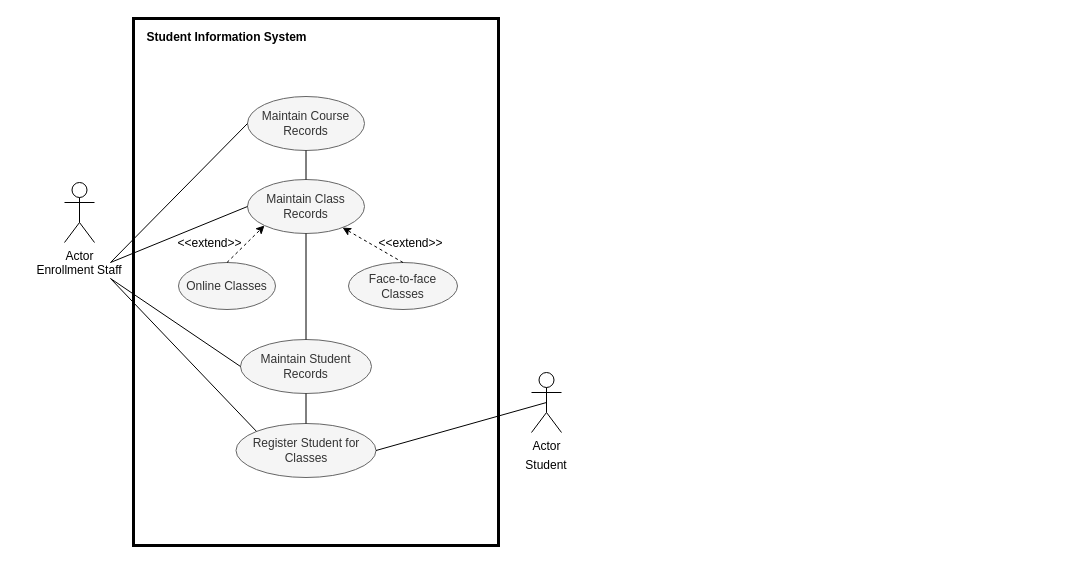
The draw.io diagram Untitled Diagram.drawio in kincaidtk901/Workspace, before the edit. Source tidied: cells renumbered, new cells numbered last; positions are measured from the earlier drawing's top-left corner, leaving out a move shared by most shapes. Both pictures are drawn from the tidied source at 100%, with x=0, y=0 at pixel (17, 18).
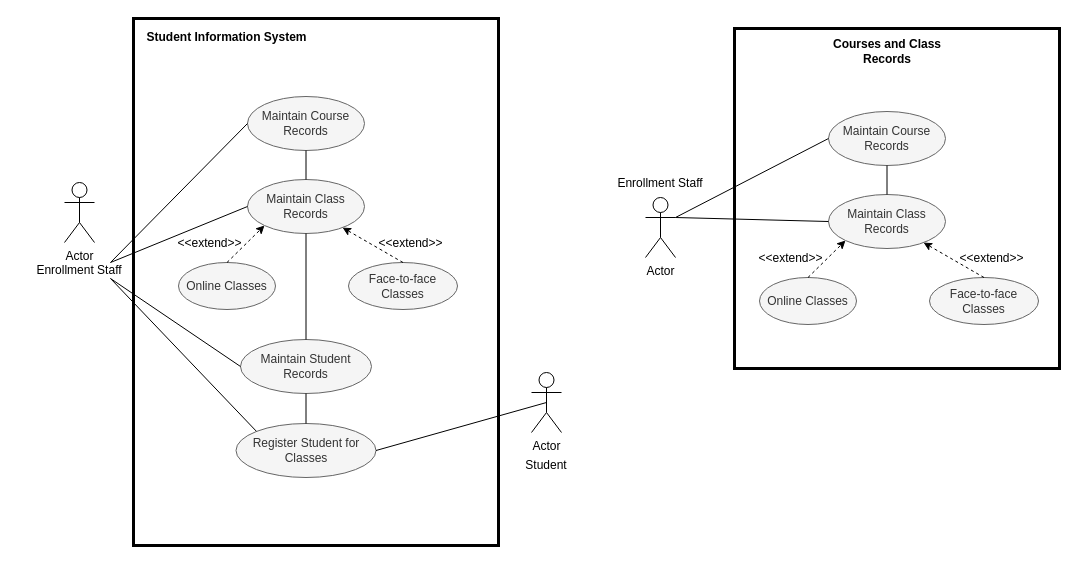
The same diagram, later.

The edit, as a diff of the source:
```diff
@@
+    <mxCell id="26" value="Actor" style="shape=umlActor;verticalLabelPosition=bottom;verticalAlign=top;html=1;outlineConnect=0;fillColor=none;" parent="1" vertex="1">
+      <mxGeometry x="628" y="179" width="30" height="60" as="geometry" />
+    </mxCell>
+    <mxCell id="27" value="Maintain Course Records" style="ellipse;whiteSpace=wrap;html=1;fillColor=#f5f5f5;strokeColor=#666666;fontColor=#333333;" parent="1" vertex="1">
+      <mxGeometry x="811" y="93" width="117" height="54" as="geometry" />
+    </mxCell>
+    <mxCell id="28" value="Maintain Class Records" style="ellipse;whiteSpace=wrap;html=1;fillColor=#f5f5f5;strokeColor=#666666;fontColor=#333333;" parent="1" vertex="1">
+      <mxGeometry x="811" y="176" width="117" height="54" as="geometry" />
+    </mxCell>
+    <mxCell id="29" value="Face-to-face Classes" style="ellipse;whiteSpace=wrap;html=1;fillColor=#f5f5f5;strokeColor=#666666;fontColor=#333333;" parent="1" vertex="1">
+      <mxGeometry x="912" y="259" width="109" height="47" as="geometry" />
+    </mxCell>
+    <mxCell id="30" value="Online Classes" style="ellipse;whiteSpace=wrap;html=1;fillColor=#f5f5f5;strokeColor=#666666;fontColor=#333333;" parent="1" vertex="1">
+      <mxGeometry x="742" y="259" width="97" height="47" as="geometry" />
+    </mxCell>
+    <mxCell id="31" style="endArrow=classic;html=1;exitX=0.5;exitY=0;exitDx=0;exitDy=0;dashed=1;" parent="1" edge="1" source="30">
+      <mxGeometry relative="1" as="geometry">
+        <mxPoint x="828" y="222" as="targetPoint" />
+      </mxGeometry>
+    </mxCell>
+    <mxCell id="32" value="&amp;lt;&amp;lt;extend&amp;gt;&amp;gt;" style="text;html=1;align=center;verticalAlign=middle;" parent="1" vertex="1">
+      <mxGeometry x="736" y="231" width="74" height="18" as="geometry" />
+    </mxCell>
+    <mxCell id="33" style="endArrow=classic;html=1;exitX=0.5;exitY=0;exitDx=0;exitDy=0;dashed=1;" parent="1" edge="1" source="29" target="28">
+      <mxGeometry relative="1" as="geometry" />
+    </mxCell>
+    <mxCell id="34" value="&amp;lt;&amp;lt;extend&amp;gt;&amp;gt;" style="text;html=1;align=center;verticalAlign=middle;" parent="1" vertex="1">
+      <mxGeometry x="937" y="231" width="74" height="18" as="geometry" />
+    </mxCell>
+    <mxCell id="35" style="endArrow=none;html=1;entryX=0;entryY=0.5;entryDx=0;entryDy=0;exitX=1;exitY=0.3333333333333333;exitDx=0;exitDy=0;exitPerimeter=0;" parent="1" edge="1" source="26" target="27">
+      <mxGeometry relative="1" as="geometry" />
+    </mxCell>
+    <mxCell id="36" style="endArrow=none;html=1;exitX=0.5;exitY=0;exitDx=0;exitDy=0;" parent="1" edge="1" source="28" target="27">
+      <mxGeometry relative="1" as="geometry" />
+    </mxCell>
+    <mxCell id="37" style="endArrow=none;html=1;entryX=0;entryY=0.5;entryDx=0;entryDy=0;exitX=1;exitY=0.3333333333333333;exitDx=0;exitDy=0;exitPerimeter=0;" parent="1" edge="1" source="26" target="28">
+      <mxGeometry relative="1" as="geometry" />
+    </mxCell>
+    <mxCell id="38" value="Enrollment Staff" style="text;html=1;strokeColor=none;fillColor=none;align=center;verticalAlign=middle;whiteSpace=wrap;rounded=0;" parent="1" vertex="1">
+      <mxGeometry x="581" y="157" width="124" height="16" as="geometry" />
+    </mxCell>
+    <mxCell id="39" style="rounded=0;whiteSpace=wrap;html=1;strokeWidth=3;fillColor=none;" parent="1" vertex="1">
+      <mxGeometry x="717" y="10" width="325" height="340" as="geometry" />
+    </mxCell>
+    <mxCell id="40" value="&lt;b&gt;Courses and Class Records&lt;/b&gt;" style="text;html=1;strokeColor=none;fillColor=none;align=center;verticalAlign=middle;whiteSpace=wrap;rounded=0;" parent="1" vertex="1">
+      <mxGeometry x="790.5" y="22" width="158" height="22" as="geometry" />
+    </mxCell>
```
